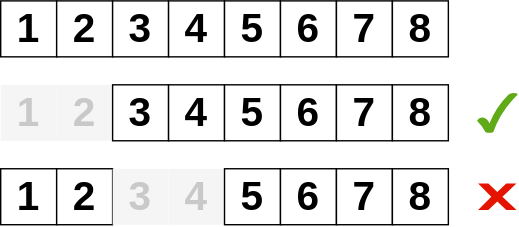
The draw.io diagram images/ddmin_example_3.drawio.svg in uu-pes/lecture7_debugging, before a commit. Source tidied: cells renumbered, new cells last; positions are measured from the earlier drawing's top-left corner, leaving out a move shared by most shapes.
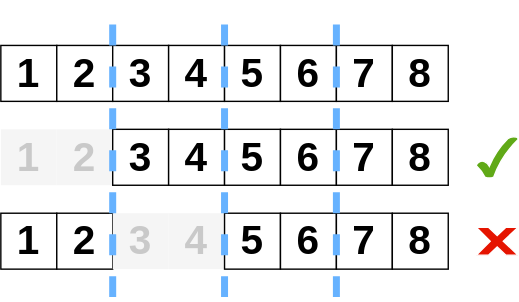
The same diagram one commit later.

Diff of the diagram source:
```diff
@@ -80,5 +80,23 @@
     <mxCell id="27" style="verticalLabelPosition=bottom;verticalAlign=top;html=1;shape=mxgraph.basic.x;strokeColor=#FFFFFF;fontSize=29;fontColor=#ffffff;fillColor=#e51400;" parent="1" vertex="1">
       <mxGeometry x="340" y="130" width="30" height="20" as="geometry" />
     </mxCell>
+    <mxCell id="28" style="endArrow=none;dashed=1;html=1;rounded=0;strokeColor=#66B2FF;strokeWidth=5;" parent="1" edge="1">
+      <mxGeometry relative="1" as="geometry">
+        <mxPoint x="160" y="180" as="sourcePoint" />
+        <mxPoint x="160" y="-30" as="targetPoint" />
+      </mxGeometry>
+    </mxCell>
+    <mxCell id="29" style="endArrow=none;dashed=1;html=1;rounded=0;strokeColor=#66B2FF;strokeWidth=5;" parent="1" edge="1">
+      <mxGeometry relative="1" as="geometry">
+        <mxPoint x="80" y="180" as="sourcePoint" />
+        <mxPoint x="80" y="-30" as="targetPoint" />
+      </mxGeometry>
+    </mxCell>
+    <mxCell id="30" style="endArrow=none;dashed=1;html=1;rounded=0;strokeColor=#66B2FF;strokeWidth=5;" parent="1" edge="1">
+      <mxGeometry relative="1" as="geometry">
+        <mxPoint x="240" y="180" as="sourcePoint" />
+        <mxPoint x="240" y="-30" as="targetPoint" />
+      </mxGeometry>
+    </mxCell>
   </root>
 </mxGraphModel>
```
